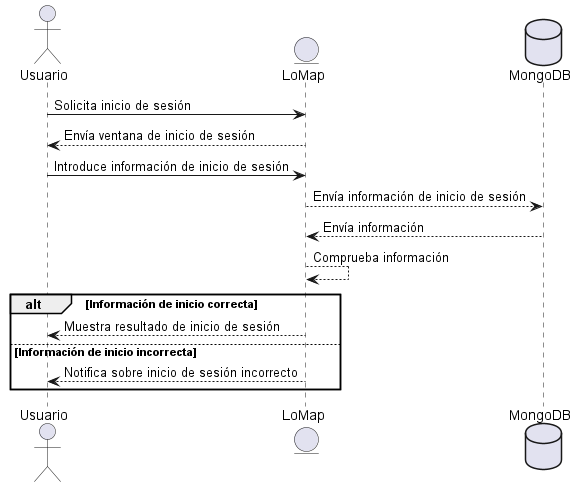
Before: images/Sequence diagram02.png, a diagram exported from PlantUML (Arquisoft/lomap_es3c).
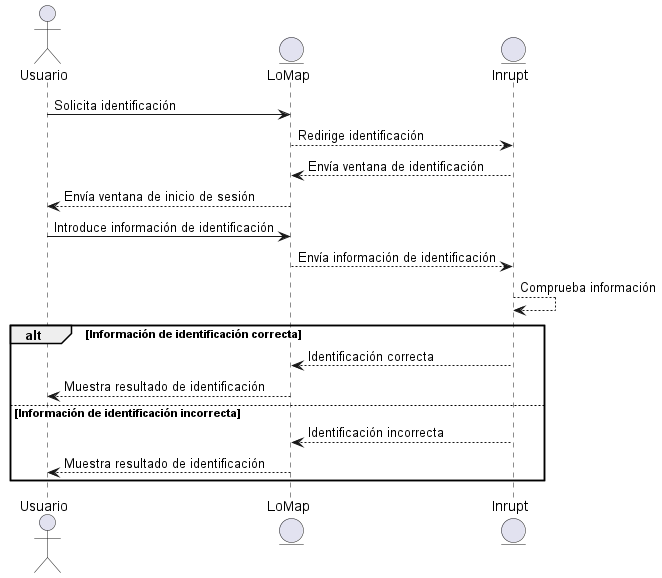
Above is the later version.

Diff of the diagram source:
```diff
@@ -1,16 +1,19 @@
 @startuml
 actor Usuario
 entity LoMap
-Usuario -> LoMap: Solicita inicio de sesión
-database MongoDB as "MongoDB"
+entity Inrupt
+Usuario -> LoMap: Solicita identificación
+LoMap--> Inrupt: Redirige identificación
+Inrupt--> LoMap: Envía ventana de identificación
 LoMap--> Usuario: Envía ventana de inicio de sesión
-Usuario -> LoMap: Introduce información de inicio de sesión
-LoMap--> MongoDB: Envía información de inicio de sesión
-MongoDB--> LoMap: Envía información
-LoMap--> LoMap: Comprueba información
-alt Información de inicio correcta
-LoMap--> Usuario: Muestra resultado de inicio de sesión
-else Información de inicio incorrecta
-LoMap--> Usuario: Notifica sobre inicio de sesión incorrecto
+Usuario -> LoMap: Introduce información de identificación
+LoMap--> Inrupt: Envía información de identificación
+Inrupt--> Inrupt: Comprueba información
+alt Información de identificación correcta
+Inrupt-->LoMap: Identificación correcta
+LoMap--> Usuario: Muestra resultado de identificación
+else Información de identificación incorrecta
+Inrupt-->LoMap: Identificación incorrecta
+LoMap--> Usuario: Muestra resultado de identificación
 end
 @enduml
```
